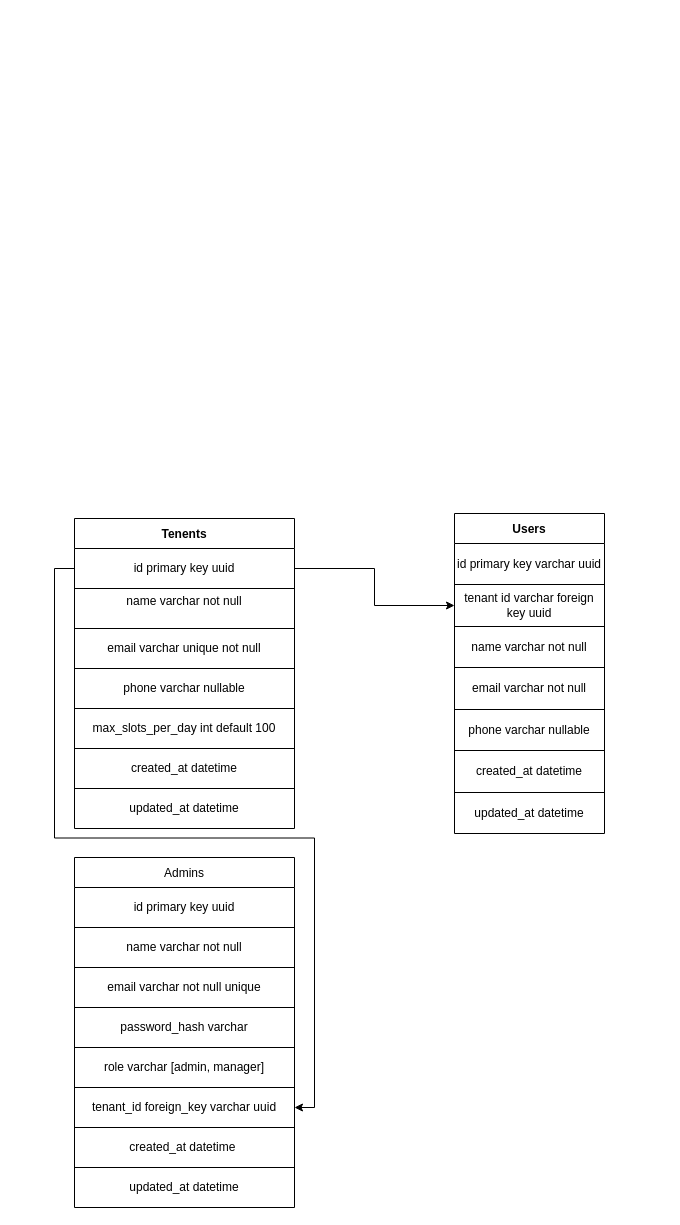
Before: Untitled Diagram.drawio in AkhileshThykkat/SQMS, a draw.io diagram. Source tidied: cells renumbered, new cells numbered last; positions are measured from the earlier drawing's top-left corner, leaving out a move shared by most shapes. Both pictures are drawn from the tidied source at 100%, with x=0, y=0 at pixel (74, 513).
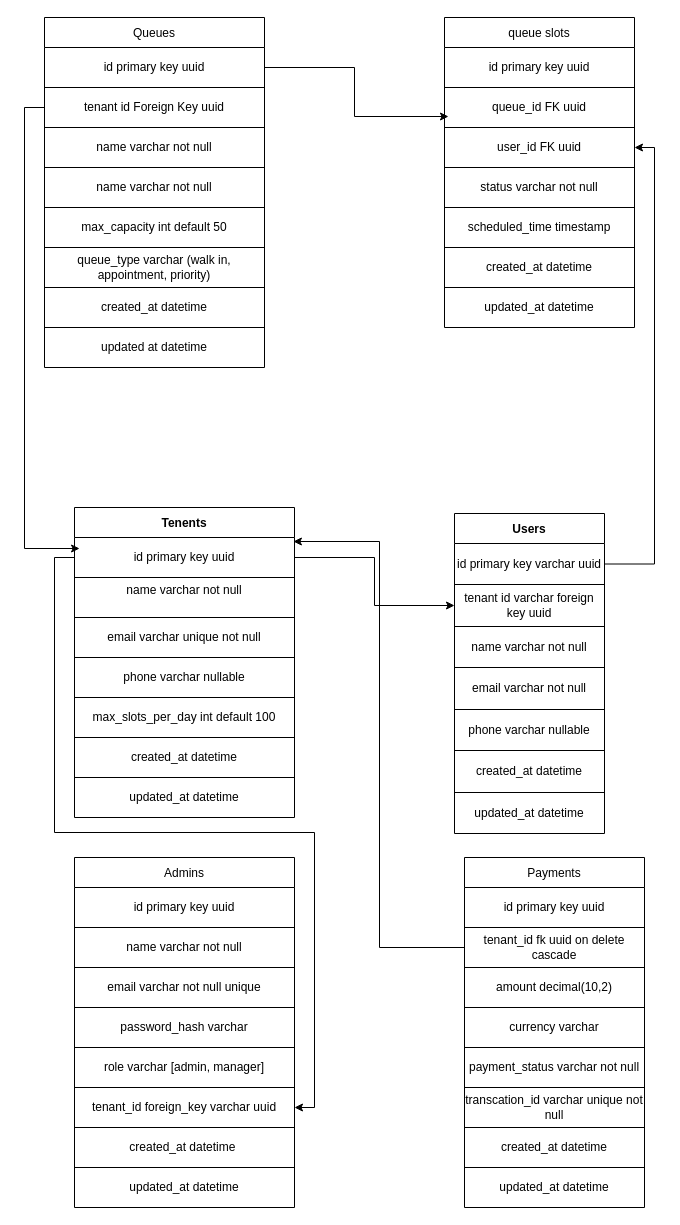
The same diagram, later.

Unchanged cells that the change refers to:
```xml
<mxCell id="3" style="shape=tableRow;horizontal=0;startSize=0;swimlaneHead=0;swimlaneBody=0;strokeColor=inherit;top=0;left=0;bottom=0;right=0;fillColor=none;points=[[0,0.5],[1,0.5]];portConstraint=eastwest;" parent="2" vertex="1">
  <mxGeometry y="30" width="220" height="40" as="geometry" />
</mxCell>
<mxCell id="18" style="shape=tableRow;horizontal=0;startSize=0;swimlaneHead=0;swimlaneBody=0;strokeColor=inherit;top=0;left=0;bottom=0;right=0;fillColor=none;points=[[0,0.5],[1,0.5]];portConstraint=eastwest;" parent="17" vertex="1">
  <mxGeometry y="30" width="150" height="41" as="geometry" />
</mxCell>
```

Diff of the diagram source:
```diff
@@
     <mxCell id="2" value="Tenents" style="shape=table;startSize=30;childLayout=tableLayout;fontStyle=1;" parent="1" vertex="1">
-      <mxGeometry y="5" width="220" height="310" as="geometry" />
+      <mxGeometry y="-6" width="220" height="310" as="geometry" />
     </mxCell>
@@
+    <mxCell id="51" value="Queues" style="shape=table;startSize=30;childLayout=tableLayout;" parent="1" vertex="1">
+      <mxGeometry x="-30" y="-496" width="220" height="350" as="geometry" />
+    </mxCell>
+    <mxCell id="52" style="shape=tableRow;horizontal=0;startSize=0;swimlaneHead=0;swimlaneBody=0;strokeColor=inherit;top=0;left=0;bottom=0;right=0;fillColor=none;points=[[0,0.5],[1,0.5]];portConstraint=eastwest;" parent="51" vertex="1">
+      <mxGeometry y="30" width="220" height="40" as="geometry" />
+    </mxCell>
+    <mxCell id="53" value="id primary key uuid" style="shape=partialRectangle;html=1;whiteSpace=wrap;strokeColor=inherit;overflow=hidden;fillColor=none;top=0;left=0;bottom=0;right=0;" parent="52" vertex="1">
+      <mxGeometry width="220" height="40" as="geometry" />
+    </mxCell>
+    <mxCell id="54" style="shape=tableRow;horizontal=0;startSize=0;swimlaneHead=0;swimlaneBody=0;strokeColor=inherit;top=0;left=0;bottom=0;right=0;fillColor=none;points=[[0,0.5],[1,0.5]];portConstraint=eastwest;" parent="51" vertex="1">
+      <mxGeometry y="70" width="220" height="40" as="geometry" />
+    </mxCell>
+    <mxCell id="55" value="tenant id Foreign Key uuid" style="shape=partialRectangle;html=1;whiteSpace=wrap;strokeColor=inherit;overflow=hidden;fillColor=none;top=0;left=0;bottom=0;right=0;" parent="54" vertex="1">
+      <mxGeometry width="220" height="40" as="geometry" />
+    </mxCell>
+    <mxCell id="56" style="shape=tableRow;horizontal=0;startSize=0;swimlaneHead=0;swimlaneBody=0;strokeColor=inherit;top=0;left=0;bottom=0;right=0;fillColor=none;" parent="51" vertex="1">
+      <mxGeometry y="110" width="220" height="40" as="geometry" />
+    </mxCell>
+    <mxCell id="57" value="name varchar not null" style="shape=partialRectangle;html=1;whiteSpace=wrap;strokeColor=inherit;overflow=hidden;fillColor=none;top=0;left=0;bottom=0;right=0;" parent="56" vertex="1">
+      <mxGeometry width="220" height="40" as="geometry" />
+    </mxCell>
+    <mxCell id="58" style="shape=tableRow;horizontal=0;startSize=0;swimlaneHead=0;swimlaneBody=0;strokeColor=inherit;top=0;left=0;bottom=0;right=0;fillColor=none;" parent="51" vertex="1">
+      <mxGeometry y="150" width="220" height="40" as="geometry" />
+    </mxCell>
+    <mxCell id="59" value="name varchar not null" style="shape=partialRectangle;html=1;whiteSpace=wrap;strokeColor=inherit;overflow=hidden;fillColor=none;top=0;left=0;bottom=0;right=0;" parent="58" vertex="1">
+      <mxGeometry width="220" height="40" as="geometry" />
+    </mxCell>
+    <mxCell id="60" style="shape=tableRow;horizontal=0;startSize=0;swimlaneHead=0;swimlaneBody=0;strokeColor=inherit;top=0;left=0;bottom=0;right=0;fillColor=none;" parent="51" vertex="1">
+      <mxGeometry y="190" width="220" height="40" as="geometry" />
+    </mxCell>
+    <mxCell id="61" value="max_capacity int default 50" style="shape=partialRectangle;html=1;whiteSpace=wrap;strokeColor=inherit;overflow=hidden;fillColor=none;top=0;left=0;bottom=0;right=0;" parent="60" vertex="1">
+      <mxGeometry width="220" height="40" as="geometry" />
+    </mxCell>
+    <mxCell id="62" style="shape=tableRow;horizontal=0;startSize=0;swimlaneHead=0;swimlaneBody=0;strokeColor=inherit;top=0;left=0;bottom=0;right=0;fillColor=none;" parent="51" vertex="1">
+      <mxGeometry y="230" width="220" height="40" as="geometry" />
+    </mxCell>
+    <mxCell id="63" value="queue_type varchar (walk in, appointment, priority)" style="shape=partialRectangle;html=1;whiteSpace=wrap;strokeColor=inherit;overflow=hidden;fillColor=none;top=0;left=0;bottom=0;right=0;" parent="62" vertex="1">
+      <mxGeometry width="220" height="40" as="geometry" />
+    </mxCell>
+    <mxCell id="64" style="shape=tableRow;horizontal=0;startSize=0;swimlaneHead=0;swimlaneBody=0;strokeColor=inherit;top=0;left=0;bottom=0;right=0;fillColor=none;" parent="51" vertex="1">
+      <mxGeometry y="270" width="220" height="40" as="geometry" />
+    </mxCell>
+    <mxCell id="65" value="created_at datetime" style="shape=partialRectangle;html=1;whiteSpace=wrap;strokeColor=inherit;overflow=hidden;fillColor=none;top=0;left=0;bottom=0;right=0;" parent="64" vertex="1">
+      <mxGeometry width="220" height="40" as="geometry" />
+    </mxCell>
+    <mxCell id="66" style="shape=tableRow;horizontal=0;startSize=0;swimlaneHead=0;swimlaneBody=0;strokeColor=inherit;top=0;left=0;bottom=0;right=0;fillColor=none;" parent="51" vertex="1">
+      <mxGeometry y="310" width="220" height="40" as="geometry" />
+    </mxCell>
+    <mxCell id="67" value="updated at datetime" style="shape=partialRectangle;html=1;whiteSpace=wrap;strokeColor=inherit;overflow=hidden;fillColor=none;top=0;left=0;bottom=0;right=0;" parent="66" vertex="1">
+      <mxGeometry width="220" height="40" as="geometry" />
+    </mxCell>
+    <mxCell id="68" style="edgeStyle=orthogonalEdgeStyle;rounded=0;jettySize=auto;html=1;exitX=0;exitY=0.5;exitDx=0;exitDy=0;entryX=0.023;entryY=0.275;entryDx=0;entryDy=0;entryPerimeter=0;" parent="1" edge="1" source="54" target="3">
+      <mxGeometry relative="1" as="geometry" />
+    </mxCell>
+    <mxCell id="69" value="queue slots" style="shape=table;startSize=30;childLayout=tableLayout;" parent="1" vertex="1">
+      <mxGeometry x="370" y="-496" width="190" height="310" as="geometry" />
+    </mxCell>
+    <mxCell id="70" style="shape=tableRow;horizontal=0;startSize=0;swimlaneHead=0;swimlaneBody=0;strokeColor=inherit;top=0;left=0;bottom=0;right=0;fillColor=none;" parent="69" vertex="1">
+      <mxGeometry y="30" width="190" height="40" as="geometry" />
+    </mxCell>
+    <mxCell id="71" value="id primary key uuid" style="shape=partialRectangle;html=1;whiteSpace=wrap;strokeColor=inherit;overflow=hidden;fillColor=none;top=0;left=0;bottom=0;right=0;" parent="70" vertex="1">
+      <mxGeometry width="190" height="40" as="geometry" />
+    </mxCell>
+    <mxCell id="72" style="shape=tableRow;horizontal=0;startSize=0;swimlaneHead=0;swimlaneBody=0;strokeColor=inherit;top=0;left=0;bottom=0;right=0;fillColor=none;points=[[0,0.5],[1,0.5]];portConstraint=eastwest;" parent="69" vertex="1">
+      <mxGeometry y="70" width="190" height="40" as="geometry" />
+    </mxCell>
+    <mxCell id="73" value="queue_id FK uuid" style="shape=partialRectangle;html=1;whiteSpace=wrap;strokeColor=inherit;overflow=hidden;fillColor=none;top=0;left=0;bottom=0;right=0;" parent="72" vertex="1">
+      <mxGeometry width="190" height="40" as="geometry" />
+    </mxCell>
+    <mxCell id="74" style="shape=tableRow;horizontal=0;startSize=0;swimlaneHead=0;swimlaneBody=0;strokeColor=inherit;top=0;left=0;bottom=0;right=0;fillColor=none;points=[[0,0.5],[1,0.5]];portConstraint=eastwest;" parent="69" vertex="1">
+      <mxGeometry y="110" width="190" height="40" as="geometry" />
+    </mxCell>
+    <mxCell id="75" value="user_id FK uuid" style="shape=partialRectangle;html=1;whiteSpace=wrap;strokeColor=inherit;overflow=hidden;fillColor=none;top=0;left=0;bottom=0;right=0;" parent="74" vertex="1">
+      <mxGeometry width="190" height="40" as="geometry" />
+    </mxCell>
+    <mxCell id="76" style="shape=tableRow;horizontal=0;startSize=0;swimlaneHead=0;swimlaneBody=0;strokeColor=inherit;top=0;left=0;bottom=0;right=0;fillColor=none;" parent="69" vertex="1">
+      <mxGeometry y="150" width="190" height="40" as="geometry" />
+    </mxCell>
+    <mxCell id="77" value="status varchar not null" style="shape=partialRectangle;html=1;whiteSpace=wrap;strokeColor=inherit;overflow=hidden;fillColor=none;top=0;left=0;bottom=0;right=0;" parent="76" vertex="1">
+      <mxGeometry width="190" height="40" as="geometry" />
+    </mxCell>
+    <mxCell id="78" style="shape=tableRow;horizontal=0;startSize=0;swimlaneHead=0;swimlaneBody=0;strokeColor=inherit;top=0;left=0;bottom=0;right=0;fillColor=none;" parent="69" vertex="1">
+      <mxGeometry y="190" width="190" height="40" as="geometry" />
+    </mxCell>
+    <mxCell id="79" value="scheduled_time timestamp" style="shape=partialRectangle;html=1;whiteSpace=wrap;strokeColor=inherit;overflow=hidden;fillColor=none;top=0;left=0;bottom=0;right=0;" parent="78" vertex="1">
+      <mxGeometry width="190" height="40" as="geometry" />
+    </mxCell>
+    <mxCell id="80" style="shape=tableRow;horizontal=0;startSize=0;swimlaneHead=0;swimlaneBody=0;strokeColor=inherit;top=0;left=0;bottom=0;right=0;fillColor=none;" parent="69" vertex="1">
+      <mxGeometry y="230" width="190" height="40" as="geometry" />
+    </mxCell>
+    <mxCell id="81" value="created_at datetime" style="shape=partialRectangle;html=1;whiteSpace=wrap;strokeColor=inherit;overflow=hidden;fillColor=none;top=0;left=0;bottom=0;right=0;" parent="80" vertex="1">
+      <mxGeometry width="190" height="40" as="geometry" />
+    </mxCell>
+    <mxCell id="82" style="shape=tableRow;horizontal=0;startSize=0;swimlaneHead=0;swimlaneBody=0;strokeColor=inherit;top=0;left=0;bottom=0;right=0;fillColor=none;" parent="69" vertex="1">
+      <mxGeometry y="270" width="190" height="40" as="geometry" />
+    </mxCell>
+    <mxCell id="83" value="updated_at datetime" style="shape=partialRectangle;html=1;whiteSpace=wrap;strokeColor=inherit;overflow=hidden;fillColor=none;top=0;left=0;bottom=0;right=0;" parent="82" vertex="1">
+      <mxGeometry width="190" height="40" as="geometry" />
+    </mxCell>
+    <mxCell id="84" style="edgeStyle=orthogonalEdgeStyle;rounded=0;jettySize=auto;html=1;exitX=1;exitY=0.5;exitDx=0;exitDy=0;entryX=1;entryY=0.5;entryDx=0;entryDy=0;" parent="1" edge="1" source="18" target="74">
+      <mxGeometry relative="1" as="geometry" />
+    </mxCell>
+    <mxCell id="85" style="edgeStyle=orthogonalEdgeStyle;rounded=0;jettySize=auto;html=1;exitX=1;exitY=0.5;exitDx=0;exitDy=0;entryX=0.021;entryY=0.725;entryDx=0;entryDy=0;entryPerimeter=0;" parent="1" edge="1" source="52" target="72">
+      <mxGeometry relative="1" as="geometry" />
+    </mxCell>
+    <mxCell id="86" value="Payments" style="shape=table;startSize=30;childLayout=tableLayout;" parent="1" vertex="1">
+      <mxGeometry x="390" y="344" width="180" height="350" as="geometry" />
+    </mxCell>
+    <mxCell id="87" style="shape=tableRow;horizontal=0;startSize=0;swimlaneHead=0;swimlaneBody=0;strokeColor=inherit;top=0;left=0;bottom=0;right=0;fillColor=none;" parent="86" vertex="1">
+      <mxGeometry y="30" width="180" height="40" as="geometry" />
+    </mxCell>
+    <mxCell id="88" value="id primary key uuid" style="shape=partialRectangle;html=1;whiteSpace=wrap;strokeColor=inherit;overflow=hidden;fillColor=none;top=0;left=0;bottom=0;right=0;" parent="87" vertex="1">
+      <mxGeometry width="180" height="40" as="geometry" />
+    </mxCell>
+    <mxCell id="89" style="shape=tableRow;horizontal=0;startSize=0;swimlaneHead=0;swimlaneBody=0;strokeColor=inherit;top=0;left=0;bottom=0;right=0;fillColor=none;points=[[0,0.5],[1,0.5]];portConstraint=eastwest;" parent="86" vertex="1">
+      <mxGeometry y="70" width="180" height="40" as="geometry" />
+    </mxCell>
+    <mxCell id="90" value="tenant_id fk uuid on delete cascade" style="shape=partialRectangle;html=1;whiteSpace=wrap;strokeColor=inherit;overflow=hidden;fillColor=none;top=0;left=0;bottom=0;right=0;" parent="89" vertex="1">
+      <mxGeometry width="180" height="40" as="geometry" />
+    </mxCell>
+    <mxCell id="91" style="shape=tableRow;horizontal=0;startSize=0;swimlaneHead=0;swimlaneBody=0;strokeColor=inherit;top=0;left=0;bottom=0;right=0;fillColor=none;" parent="86" vertex="1">
+      <mxGeometry y="110" width="180" height="40" as="geometry" />
+    </mxCell>
+    <mxCell id="92" value="amount decimal(10,2)" style="shape=partialRectangle;html=1;whiteSpace=wrap;strokeColor=inherit;overflow=hidden;fillColor=none;top=0;left=0;bottom=0;right=0;" parent="91" vertex="1">
+      <mxGeometry width="180" height="40" as="geometry" />
+    </mxCell>
+    <mxCell id="93" style="shape=tableRow;horizontal=0;startSize=0;swimlaneHead=0;swimlaneBody=0;strokeColor=inherit;top=0;left=0;bottom=0;right=0;fillColor=none;" parent="86" vertex="1">
+      <mxGeometry y="150" width="180" height="40" as="geometry" />
+    </mxCell>
+    <mxCell id="94" value="currency varchar" style="shape=partialRectangle;html=1;whiteSpace=wrap;strokeColor=inherit;overflow=hidden;fillColor=none;top=0;left=0;bottom=0;right=0;" parent="93" vertex="1">
+      <mxGeometry width="180" height="40" as="geometry" />
+    </mxCell>
+    <mxCell id="95" style="shape=tableRow;horizontal=0;startSize=0;swimlaneHead=0;swimlaneBody=0;strokeColor=inherit;top=0;left=0;bottom=0;right=0;fillColor=none;" parent="86" vertex="1">
+      <mxGeometry y="190" width="180" height="40" as="geometry" />
+    </mxCell>
+    <mxCell id="96" value="payment_status varchar not null" style="shape=partialRectangle;html=1;whiteSpace=wrap;strokeColor=inherit;overflow=hidden;fillColor=none;top=0;left=0;bottom=0;right=0;" parent="95" vertex="1">
+      <mxGeometry width="180" height="40" as="geometry" />
+    </mxCell>
+    <mxCell id="97" style="shape=tableRow;horizontal=0;startSize=0;swimlaneHead=0;swimlaneBody=0;strokeColor=inherit;top=0;left=0;bottom=0;right=0;fillColor=none;" parent="86" vertex="1">
+      <mxGeometry y="230" width="180" height="40" as="geometry" />
+    </mxCell>
+    <mxCell id="98" value="transcation_id varchar unique not null" style="shape=partialRectangle;html=1;whiteSpace=wrap;strokeColor=inherit;overflow=hidden;fillColor=none;top=0;left=0;bottom=0;right=0;" parent="97" vertex="1">
+      <mxGeometry width="180" height="40" as="geometry" />
+    </mxCell>
+    <mxCell id="99" style="shape=tableRow;horizontal=0;startSize=0;swimlaneHead=0;swimlaneBody=0;strokeColor=inherit;top=0;left=0;bottom=0;right=0;fillColor=none;" parent="86" vertex="1">
+      <mxGeometry y="270" width="180" height="40" as="geometry" />
+    </mxCell>
+    <mxCell id="100" value="created_at datetime" style="shape=partialRectangle;html=1;whiteSpace=wrap;strokeColor=inherit;overflow=hidden;fillColor=none;top=0;left=0;bottom=0;right=0;" parent="99" vertex="1">
+      <mxGeometry width="180" height="40" as="geometry" />
+    </mxCell>
+    <mxCell id="101" style="shape=tableRow;horizontal=0;startSize=0;swimlaneHead=0;swimlaneBody=0;strokeColor=inherit;top=0;left=0;bottom=0;right=0;fillColor=none;" parent="86" vertex="1">
+      <mxGeometry y="310" width="180" height="40" as="geometry" />
+    </mxCell>
+    <mxCell id="102" value="updated_at datetime" style="shape=partialRectangle;html=1;whiteSpace=wrap;strokeColor=inherit;overflow=hidden;fillColor=none;top=0;left=0;bottom=0;right=0;" parent="101" vertex="1">
+      <mxGeometry width="180" height="40" as="geometry" />
+    </mxCell>
+    <mxCell id="103" style="edgeStyle=orthogonalEdgeStyle;rounded=0;jettySize=auto;html=1;exitX=0;exitY=0.5;exitDx=0;exitDy=0;entryX=0.995;entryY=0.1;entryDx=0;entryDy=0;entryPerimeter=0;" parent="1" edge="1" source="89" target="3">
+      <mxGeometry relative="1" as="geometry" />
+    </mxCell>
```
